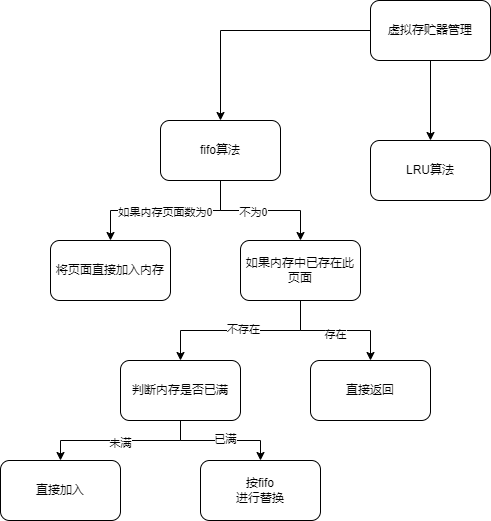
This is draw.io/虚拟存储器.png from Nessential/draw.io, a draw.io export, as it was before one commit. Source tidied: cells renumbered, new cells last; positions are measured from the earlier drawing's top-left corner, leaving out a move shared by most shapes.
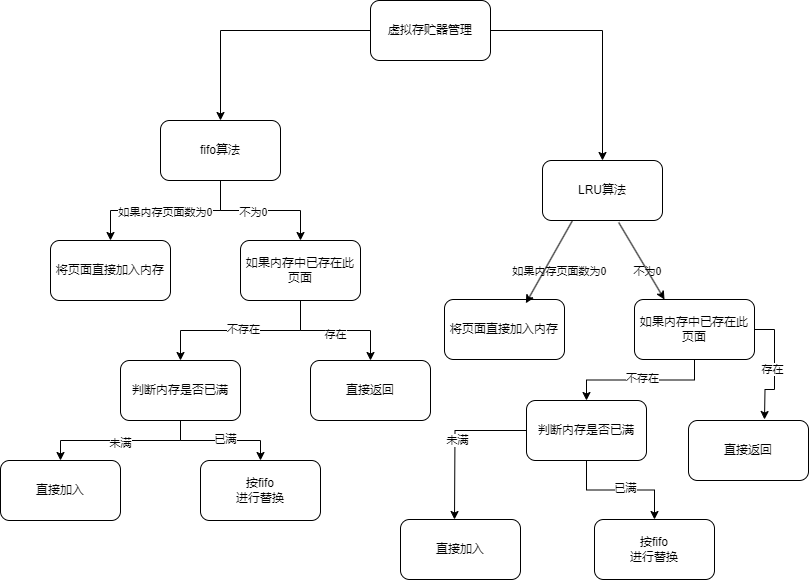
Above is the later version.

Commit message:
更新虚拟存储器.png

Change to the diagram source:
```diff
@@ -66,10 +66,68 @@
       <mxGeometry x="200" y="460" width="120" height="60" as="geometry" />
     </mxCell>
     <mxCell id="23" value="LRU算法" style="whiteSpace=wrap;html=1;rounded=1;" parent="1" vertex="1">
-      <mxGeometry x="370" y="140" width="120" height="60" as="geometry" />
+      <mxGeometry x="542" y="160" width="120" height="60" as="geometry" />
     </mxCell>
     <mxCell id="24" value="直接返回" style="whiteSpace=wrap;html=1;rounded=1;" parent="1" vertex="1">
       <mxGeometry x="310" y="360" width="120" height="60" as="geometry" />
     </mxCell>
+    <mxCell id="25" value="如果内存页面数为0" style="edgeLabel;html=1;align=center;verticalAlign=middle;" parent="1" vertex="1">
+      <mxGeometry x="558" y="270" as="geometry" />
+    </mxCell>
+    <mxCell id="26" value="不为0" style="edgeLabel;html=1;align=center;verticalAlign=middle;" parent="1" vertex="1">
+      <mxGeometry x="646" y="270" as="geometry" />
+    </mxCell>
+    <mxCell id="27" value="将页面直接加入内存" style="whiteSpace=wrap;html=1;rounded=1;" parent="1" vertex="1">
+      <mxGeometry x="444" y="299" width="120" height="60" as="geometry" />
+    </mxCell>
+    <mxCell id="28" style="edgeStyle=orthogonalEdgeStyle;rounded=0;jettySize=auto;html=1;" parent="1" edge="1" source="32" target="37">
+      <mxGeometry relative="1" as="geometry" />
+    </mxCell>
+    <mxCell id="29" value="不存在" style="edgeLabel;html=1;align=center;verticalAlign=middle;" parent="28" vertex="1">
+      <mxGeometry x="-0.02" y="-2" relative="1" as="geometry" />
+    </mxCell>
+    <mxCell id="30" style="edgeStyle=orthogonalEdgeStyle;rounded=0;jettySize=auto;html=1;" parent="1" edge="1" source="32">
+      <mxGeometry relative="1" as="geometry">
+        <mxPoint x="764" y="419" as="targetPoint" />
+      </mxGeometry>
+    </mxCell>
+    <mxCell id="31" value="存在" style="edgeLabel;html=1;align=center;verticalAlign=middle;" parent="30" vertex="1">
+      <mxGeometry x="-0.01" y="-3" relative="1" as="geometry" />
+    </mxCell>
+    <mxCell id="32" value="如果内存中已存在此页面" style="whiteSpace=wrap;html=1;rounded=1;" parent="1" vertex="1">
+      <mxGeometry x="634" y="299" width="120" height="60" as="geometry" />
+    </mxCell>
+    <mxCell id="33" style="edgeStyle=orthogonalEdgeStyle;rounded=0;jettySize=auto;html=1;" parent="1" edge="1" source="37">
+      <mxGeometry relative="1" as="geometry">
+        <mxPoint x="454" y="519" as="targetPoint" />
+      </mxGeometry>
+    </mxCell>
+    <mxCell id="34" value="未满" style="edgeLabel;html=1;align=center;verticalAlign=middle;" parent="33" vertex="1">
+      <mxGeometry x="0.01" y="2" relative="1" as="geometry" />
+    </mxCell>
+    <mxCell id="35" style="edgeStyle=orthogonalEdgeStyle;rounded=0;jettySize=auto;html=1;" parent="1" edge="1" source="37" target="39">
+      <mxGeometry relative="1" as="geometry" />
+    </mxCell>
+    <mxCell id="36" value="已满" style="edgeLabel;html=1;align=center;verticalAlign=middle;" parent="35" vertex="1">
+      <mxGeometry x="0.07" y="2" relative="1" as="geometry" />
+    </mxCell>
+    <mxCell id="37" value="判断内存是否已满" style="whiteSpace=wrap;html=1;rounded=1;" parent="1" vertex="1">
+      <mxGeometry x="526" y="400" width="120" height="60" as="geometry" />
+    </mxCell>
+    <mxCell id="38" value="直接加入" style="whiteSpace=wrap;html=1;rounded=1;" parent="1" vertex="1">
+      <mxGeometry x="400" y="519" width="120" height="60" as="geometry" />
+    </mxCell>
+    <mxCell id="39" value="按fifo&lt;br&gt;进行替换" style="whiteSpace=wrap;html=1;rounded=1;" parent="1" vertex="1">
+      <mxGeometry x="594" y="519" width="120" height="60" as="geometry" />
+    </mxCell>
+    <mxCell id="40" value="直接返回" style="whiteSpace=wrap;html=1;rounded=1;" parent="1" vertex="1">
+      <mxGeometry x="688" y="420" width="120" height="60" as="geometry" />
+    </mxCell>
+    <mxCell id="41" style="endArrow=classic;html=1;rounded=0;exitX=0.25;exitY=1;exitDx=0;exitDy=0;entryX=0.678;entryY=0.063;entryDx=0;entryDy=0;entryPerimeter=0;" parent="1" edge="1" source="23" target="27">
+      <mxGeometry relative="1" as="geometry" />
+    </mxCell>
+    <mxCell id="42" style="endArrow=classic;html=1;rounded=0;exitX=0.635;exitY=1.033;exitDx=0;exitDy=0;exitPerimeter=0;entryX=0.25;entryY=0;entryDx=0;entryDy=0;" parent="1" edge="1" source="23" target="32">
+      <mxGeometry relative="1" as="geometry" />
+    </mxCell>
   </root>
 </mxGraphModel>
```
